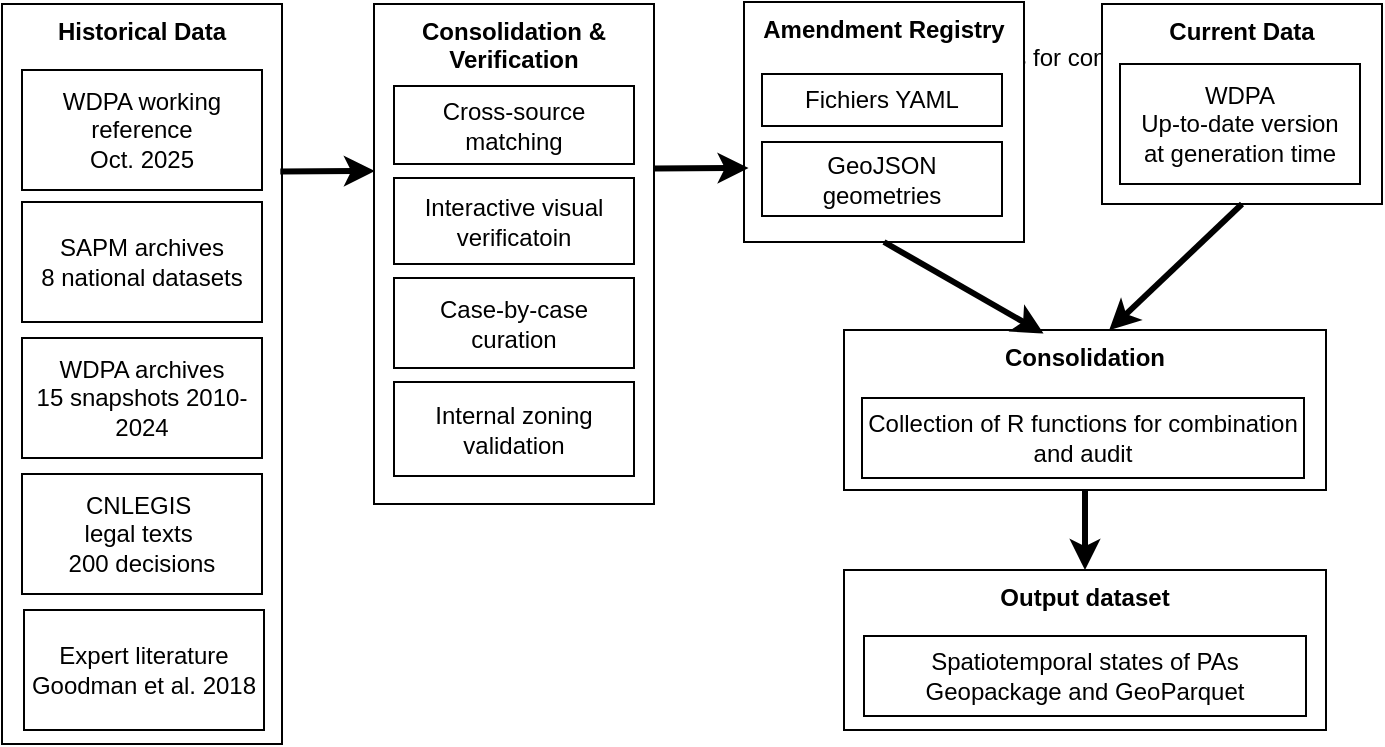
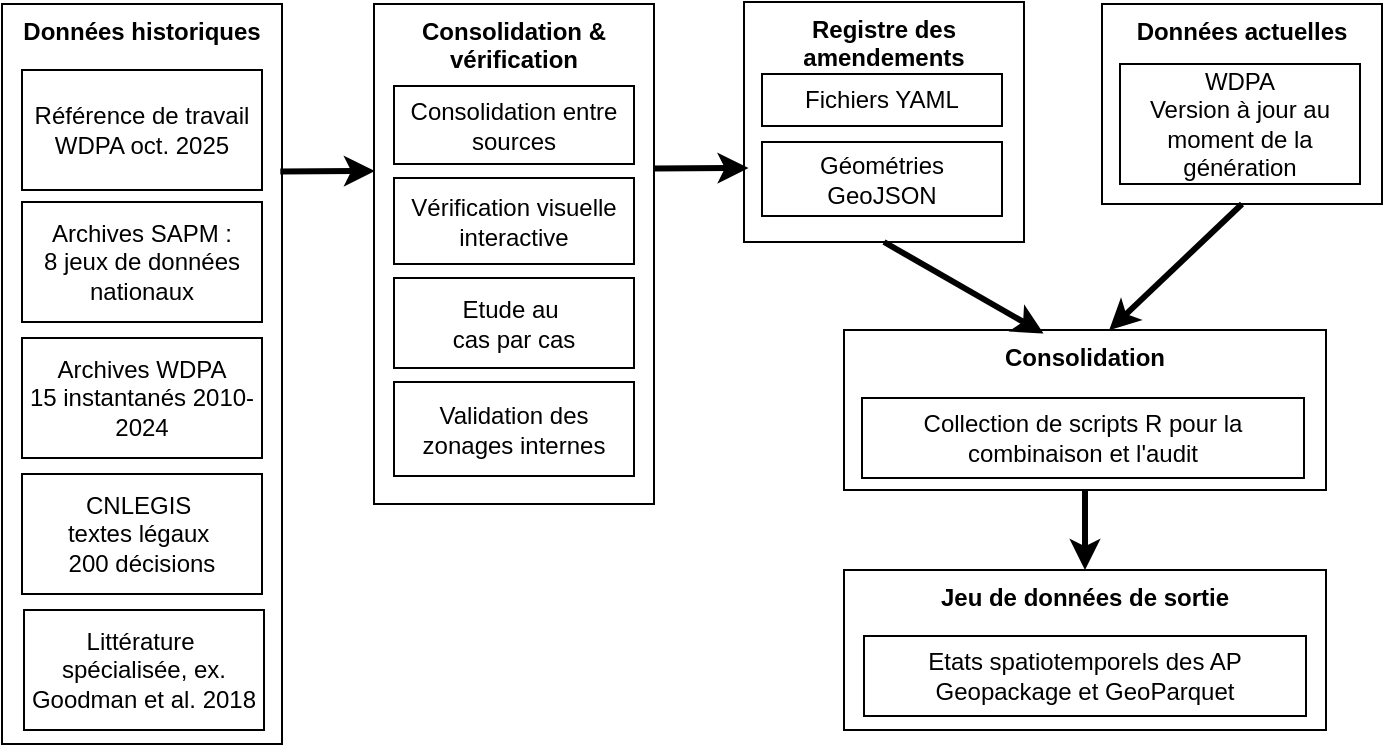
<mxfile host="app.diagrams.net">
  <diagram name="Page-1" id="wBsMpywlRCfnyYtZdpVJ">
-     <mxGraphModel dx="1030" dy="510" grid="1" gridSize="10" guides="1" tooltips="1" connect="1" arrows="1" fold="1" page="1" pageScale="1" pageWidth="827" pageHeight="1169" math="0" shadow="0">
+     <mxGraphModel dx="731" dy="509" grid="1" gridSize="10" guides="1" tooltips="1" connect="1" arrows="1" fold="1" page="1" pageScale="1" pageWidth="827" pageHeight="1169" math="0" shadow="0">
      <root>
        <mxCell id="0" />
        <mxCell id="1" parent="0" />
-         <mxCell id="swD6DeWIQdFqMDn-KdO4-1" parent="1" style="rounded=0;whiteSpace=wrap;html=1;verticalAlign=top;" value="&lt;b&gt;Historical Data&lt;/b&gt;" vertex="1">
+         <mxCell id="swD6DeWIQdFqMDn-KdO4-1" parent="1" style="rounded=0;whiteSpace=wrap;html=1;verticalAlign=top;" value="&lt;b&gt;Données historiques&lt;/b&gt;" vertex="1">
          <mxGeometry height="370" width="140" x="30" y="40" as="geometry" />
        </mxCell>
-         <mxCell id="swD6DeWIQdFqMDn-KdO4-3" parent="1" style="rounded=0;whiteSpace=wrap;html=1;" value="&lt;div align=&quot;center&quot;&gt;WDPA archives&lt;br&gt;15 snapshots 2010-2024&lt;/div&gt;" vertex="1">
+         <mxCell id="swD6DeWIQdFqMDn-KdO4-3" parent="1" style="rounded=0;whiteSpace=wrap;html=1;" value="Archives WDPA&lt;br&gt;15 instantanés 2010-2024" vertex="1">
          <mxGeometry height="60" width="120" x="40" y="207" as="geometry" />
        </mxCell>
-         <mxCell id="swD6DeWIQdFqMDn-KdO4-4" parent="1" style="rounded=0;whiteSpace=wrap;html=1;" value="SAPM archives&lt;br&gt;8 national datasets" vertex="1">
+         <mxCell id="swD6DeWIQdFqMDn-KdO4-4" parent="1" style="rounded=0;whiteSpace=wrap;html=1;" value="Archives SAPM :&lt;br&gt;8 jeux de données&lt;br&gt;nationaux" vertex="1">
          <mxGeometry height="60" width="120" x="40" y="139" as="geometry" />
        </mxCell>
-         <mxCell id="swD6DeWIQdFqMDn-KdO4-5" parent="1" style="rounded=0;whiteSpace=wrap;html=1;" value="WDPA working reference&lt;br&gt;Oct. 2025" vertex="1">
+         <mxCell id="swD6DeWIQdFqMDn-KdO4-5" parent="1" style="rounded=0;whiteSpace=wrap;html=1;" value="Référence de travail WDPA oct. 2025" vertex="1">
          <mxGeometry height="60" width="120" x="40" y="73" as="geometry" />
        </mxCell>
-         <mxCell id="swD6DeWIQdFqMDn-KdO4-6" parent="1" style="rounded=0;whiteSpace=wrap;html=1;" value="CNLEGIS&amp;nbsp;&lt;br&gt;legal texts&amp;nbsp;&lt;br&gt;200 decisions" vertex="1">
+         <mxCell id="swD6DeWIQdFqMDn-KdO4-6" parent="1" style="rounded=0;whiteSpace=wrap;html=1;" value="CNLEGIS&amp;nbsp;&lt;br&gt;textes légaux&amp;nbsp;&lt;br&gt;200 décisions" vertex="1">
          <mxGeometry height="60" width="120" x="40" y="275" as="geometry" />
        </mxCell>
-         <mxCell id="swD6DeWIQdFqMDn-KdO4-7" parent="1" style="rounded=0;whiteSpace=wrap;html=1;" value="Expert literature&lt;br&gt;Goodman et al. 2018" vertex="1">
+         <mxCell id="swD6DeWIQdFqMDn-KdO4-7" parent="1" style="rounded=0;whiteSpace=wrap;html=1;" value="Littérature&amp;nbsp;&lt;br&gt;spécialisée, ex.&lt;br&gt;Goodman et al. 2018" vertex="1">
          <mxGeometry height="60" width="120" x="41" y="343" as="geometry" />
        </mxCell>
-         <mxCell id="swD6DeWIQdFqMDn-KdO4-9" parent="1" style="rounded=0;whiteSpace=wrap;html=1;verticalAlign=top;" value="&lt;b&gt;Consolidation &amp;amp;&lt;br&gt;Verification&lt;/b&gt;" vertex="1">
+         <mxCell id="swD6DeWIQdFqMDn-KdO4-9" parent="1" style="rounded=0;whiteSpace=wrap;html=1;verticalAlign=top;" value="&lt;b&gt;Consolidation &amp;amp;&lt;br&gt;vérification&lt;/b&gt;" vertex="1">
          <mxGeometry height="250" width="140" x="216" y="40" as="geometry" />
        </mxCell>
-         <mxCell id="swD6DeWIQdFqMDn-KdO4-10" parent="1" style="rounded=0;whiteSpace=wrap;html=1;" value="Case-by-case curation" vertex="1">
+         <mxCell id="swD6DeWIQdFqMDn-KdO4-10" parent="1" style="rounded=0;whiteSpace=wrap;html=1;" value="Etude au&amp;nbsp;&lt;br&gt;cas par cas" vertex="1">
          <mxGeometry height="45" width="120" x="226" y="177" as="geometry" />
        </mxCell>
-         <mxCell id="swD6DeWIQdFqMDn-KdO4-11" parent="1" style="rounded=0;whiteSpace=wrap;html=1;" value="Interactive visual&lt;br&gt;verificatoin" vertex="1">
+         <mxCell id="swD6DeWIQdFqMDn-KdO4-11" parent="1" style="rounded=0;whiteSpace=wrap;html=1;" value="Vérification visuelle interactive" vertex="1">
          <mxGeometry height="43" width="120" x="226" y="127" as="geometry" />
        </mxCell>
-         <mxCell id="swD6DeWIQdFqMDn-KdO4-12" parent="1" style="rounded=0;whiteSpace=wrap;html=1;" value="Cross-source matching" vertex="1">
+         <mxCell id="swD6DeWIQdFqMDn-KdO4-12" parent="1" style="rounded=0;whiteSpace=wrap;html=1;" value="Consolidation entre sources" vertex="1">
          <mxGeometry height="39" width="120" x="226" y="81" as="geometry" />
        </mxCell>
-         <mxCell id="swD6DeWIQdFqMDn-KdO4-13" parent="1" style="rounded=0;whiteSpace=wrap;html=1;" value="Internal zoning validation" vertex="1">
+         <mxCell id="swD6DeWIQdFqMDn-KdO4-13" parent="1" style="rounded=0;whiteSpace=wrap;html=1;" value="Validation des zonages internes" vertex="1">
          <mxGeometry height="47" width="120" x="226" y="229" as="geometry" />
        </mxCell>
        <mxCell id="swD6DeWIQdFqMDn-KdO4-23" edge="1" parent="1" style="endArrow=classic;html=1;rounded=0;entryX=0.003;entryY=0.646;entryDx=0;entryDy=0;entryPerimeter=0;exitX=0.994;exitY=0.437;exitDx=0;exitDy=0;exitPerimeter=0;strokeWidth=3;" value="">
          <mxGeometry height="50" relative="1" width="50" as="geometry">
            <mxPoint x="169.16000000000008" y="123.69000000000005" as="sourcePoint" />
            <mxPoint x="216.42000000000007" y="123.5" as="targetPoint" />
          </mxGeometry>
        </mxCell>
-         <mxCell id="swD6DeWIQdFqMDn-KdO4-28" connectable="0" parent="1" style="group" value="&#xa;Collection of R functions for combination and audit&#xa;&#xa;" vertex="1">
+         <mxCell id="swD6DeWIQdFqMDn-KdO4-28" connectable="0" parent="1" style="group" value="&#xa;&#xa;&#xa;" vertex="1">
          <mxGeometry height="240" width="291" x="401" y="39" as="geometry" />
        </mxCell>
-         <mxCell id="swD6DeWIQdFqMDn-KdO4-25" parent="swD6DeWIQdFqMDn-KdO4-28" style="rounded=0;whiteSpace=wrap;html=1;verticalAlign=top;" value="&lt;div&gt;&lt;b&gt;Amendment Registry&lt;/b&gt;&lt;/div&gt;" vertex="1">
+         <mxCell id="swD6DeWIQdFqMDn-KdO4-25" parent="swD6DeWIQdFqMDn-KdO4-28" style="rounded=0;whiteSpace=wrap;html=1;verticalAlign=top;" value="&lt;div&gt;&lt;b&gt;Registre des amendements&lt;/b&gt;&lt;/div&gt;" vertex="1">
          <mxGeometry height="120" width="140" as="geometry" />
        </mxCell>
        <mxCell id="swD6DeWIQdFqMDn-KdO4-26" parent="swD6DeWIQdFqMDn-KdO4-28" style="rounded=0;whiteSpace=wrap;html=1;" value="Fichiers YAML" vertex="1">
          <mxGeometry height="26" width="120" x="9" y="36" as="geometry" />
        </mxCell>
-         <mxCell id="swD6DeWIQdFqMDn-KdO4-27" parent="swD6DeWIQdFqMDn-KdO4-28" style="rounded=0;whiteSpace=wrap;html=1;" value="GeoJSON&lt;br&gt;geometries" vertex="1">
+         <mxCell id="swD6DeWIQdFqMDn-KdO4-27" parent="swD6DeWIQdFqMDn-KdO4-28" style="rounded=0;whiteSpace=wrap;html=1;" value="Géométries GeoJSON" vertex="1">
          <mxGeometry height="37" width="120" x="9" y="70" as="geometry" />
        </mxCell>
        <mxCell id="swD6DeWIQdFqMDn-KdO4-36" connectable="0" parent="swD6DeWIQdFqMDn-KdO4-28" style="group" value="" vertex="1">
          <mxGeometry height="80" width="241" x="50" y="164" as="geometry" />
        </mxCell>
        <mxCell id="swD6DeWIQdFqMDn-KdO4-34" parent="swD6DeWIQdFqMDn-KdO4-36" style="rounded=0;whiteSpace=wrap;html=1;strokeColor=default;align=center;verticalAlign=top;fontFamily=Helvetica;fontSize=12;fontColor=default;fillColor=default;" value="&lt;div&gt;&lt;b&gt;Consolidation&lt;/b&gt;&lt;/div&gt;" vertex="1">
          <mxGeometry height="80" width="241" as="geometry" />
        </mxCell>
-         <mxCell id="swD6DeWIQdFqMDn-KdO4-35" parent="swD6DeWIQdFqMDn-KdO4-36" style="rounded=0;whiteSpace=wrap;html=1;" value="Collection of R functions for combination and audit" vertex="1">
+         <mxCell id="swD6DeWIQdFqMDn-KdO4-35" parent="swD6DeWIQdFqMDn-KdO4-36" style="rounded=0;whiteSpace=wrap;html=1;" value="Collection de scripts R pour la combinaison et l&#39;audit" vertex="1">
          <mxGeometry height="40" width="221" x="9" y="34" as="geometry" />
        </mxCell>
        <mxCell id="swD6DeWIQdFqMDn-KdO4-37" edge="1" parent="swD6DeWIQdFqMDn-KdO4-28" source="swD6DeWIQdFqMDn-KdO4-25" style="endArrow=classic;html=1;rounded=0;exitX=0.5;exitY=1;exitDx=0;exitDy=0;strokeWidth=3;entryX=0.414;entryY=0.022;entryDx=0;entryDy=0;entryPerimeter=0;" target="swD6DeWIQdFqMDn-KdO4-34" value="">
          <mxGeometry height="50" relative="1" width="50" as="geometry">
            <mxPoint x="-31" y="137.19000000000005" as="sourcePoint" />
            <mxPoint x="159" y="161" as="targetPoint" />
          </mxGeometry>
        </mxCell>
        <mxCell id="swD6DeWIQdFqMDn-KdO4-30" edge="1" parent="1" style="endArrow=classic;html=1;rounded=0;entryX=0.003;entryY=0.646;entryDx=0;entryDy=0;entryPerimeter=0;exitX=0.994;exitY=0.437;exitDx=0;exitDy=0;exitPerimeter=0;strokeWidth=3;" value="">
          <mxGeometry height="50" relative="1" width="50" as="geometry">
            <mxPoint x="356" y="122.19000000000005" as="sourcePoint" />
            <mxPoint x="403.26" y="122" as="targetPoint" />
          </mxGeometry>
        </mxCell>
        <mxCell id="swD6DeWIQdFqMDn-KdO4-33" connectable="0" parent="1" style="group" value="" vertex="1">
          <mxGeometry height="100" width="140" x="580" y="40" as="geometry" />
        </mxCell>
-         <mxCell id="swD6DeWIQdFqMDn-KdO4-31" parent="swD6DeWIQdFqMDn-KdO4-33" style="rounded=0;whiteSpace=wrap;html=1;verticalAlign=top;" value="&lt;b&gt;Current&amp;nbsp;Data&lt;/b&gt;" vertex="1">
+         <mxCell id="swD6DeWIQdFqMDn-KdO4-31" parent="swD6DeWIQdFqMDn-KdO4-33" style="rounded=0;whiteSpace=wrap;html=1;verticalAlign=top;" value="&lt;b&gt;Données actuelles&lt;/b&gt;" vertex="1">
          <mxGeometry height="100" width="140" as="geometry" />
        </mxCell>
-         <mxCell id="swD6DeWIQdFqMDn-KdO4-32" parent="swD6DeWIQdFqMDn-KdO4-33" style="rounded=0;whiteSpace=wrap;html=1;" value="&lt;div&gt;WDPA&lt;/div&gt;&lt;div&gt;Up-to-date version&lt;br&gt;at generation time&lt;/div&gt;" vertex="1">
+         <mxCell id="swD6DeWIQdFqMDn-KdO4-32" parent="swD6DeWIQdFqMDn-KdO4-33" style="rounded=0;whiteSpace=wrap;html=1;" value="&lt;div&gt;WDPA&lt;/div&gt;&lt;div&gt;Version à jour au moment de la génération&lt;/div&gt;" vertex="1">
          <mxGeometry height="60" width="120" x="9" y="30" as="geometry" />
        </mxCell>
        <mxCell id="swD6DeWIQdFqMDn-KdO4-38" edge="1" parent="1" source="swD6DeWIQdFqMDn-KdO4-31" style="endArrow=classic;html=1;rounded=0;exitX=0.5;exitY=1;exitDx=0;exitDy=0;strokeWidth=3;entryX=0.55;entryY=0.002;entryDx=0;entryDy=0;entryPerimeter=0;" target="swD6DeWIQdFqMDn-KdO4-34" value="">
          <mxGeometry height="50" relative="1" width="50" as="geometry">
            <mxPoint x="550" y="146" as="sourcePoint" />
            <mxPoint x="630" y="192" as="targetPoint" />
          </mxGeometry>
        </mxCell>
-         <mxCell id="swD6DeWIQdFqMDn-KdO4-40" parent="1" style="rounded=0;whiteSpace=wrap;html=1;strokeColor=default;align=center;verticalAlign=top;fontFamily=Helvetica;fontSize=12;fontColor=default;fillColor=default;" value="&lt;b&gt;Output dataset&lt;/b&gt;" vertex="1">
+         <mxCell id="swD6DeWIQdFqMDn-KdO4-40" parent="1" style="rounded=0;whiteSpace=wrap;html=1;strokeColor=default;align=center;verticalAlign=top;fontFamily=Helvetica;fontSize=12;fontColor=default;fillColor=default;" value="&lt;b&gt;Jeu de données de sortie&lt;/b&gt;" vertex="1">
          <mxGeometry height="80" width="241" x="451" y="323" as="geometry" />
        </mxCell>
-         <mxCell id="swD6DeWIQdFqMDn-KdO4-41" parent="1" style="rounded=0;whiteSpace=wrap;html=1;" value="Spatiotemporal states of PAs&lt;br&gt;Geopackage and GeoParquet" vertex="1">
+         <mxCell id="swD6DeWIQdFqMDn-KdO4-41" parent="1" style="rounded=0;whiteSpace=wrap;html=1;" value="Etats spatiotemporels des AP&lt;br&gt;Geopackage et GeoParquet" vertex="1">
          <mxGeometry height="40" width="221" x="461" y="356" as="geometry" />
        </mxCell>
        <mxCell id="swD6DeWIQdFqMDn-KdO4-42" edge="1" parent="1" source="swD6DeWIQdFqMDn-KdO4-34" style="endArrow=classic;html=1;rounded=0;exitX=0.5;exitY=1;exitDx=0;exitDy=0;strokeWidth=3;entryX=0.5;entryY=0;entryDx=0;entryDy=0;" target="swD6DeWIQdFqMDn-KdO4-40" value="">
          <mxGeometry height="50" relative="1" width="50" as="geometry">
            <mxPoint x="510" y="180" as="sourcePoint" />
            <mxPoint x="590" y="226" as="targetPoint" />
          </mxGeometry>
        </mxCell>
      </root>
    </mxGraphModel>
  </diagram>
</mxfile>
